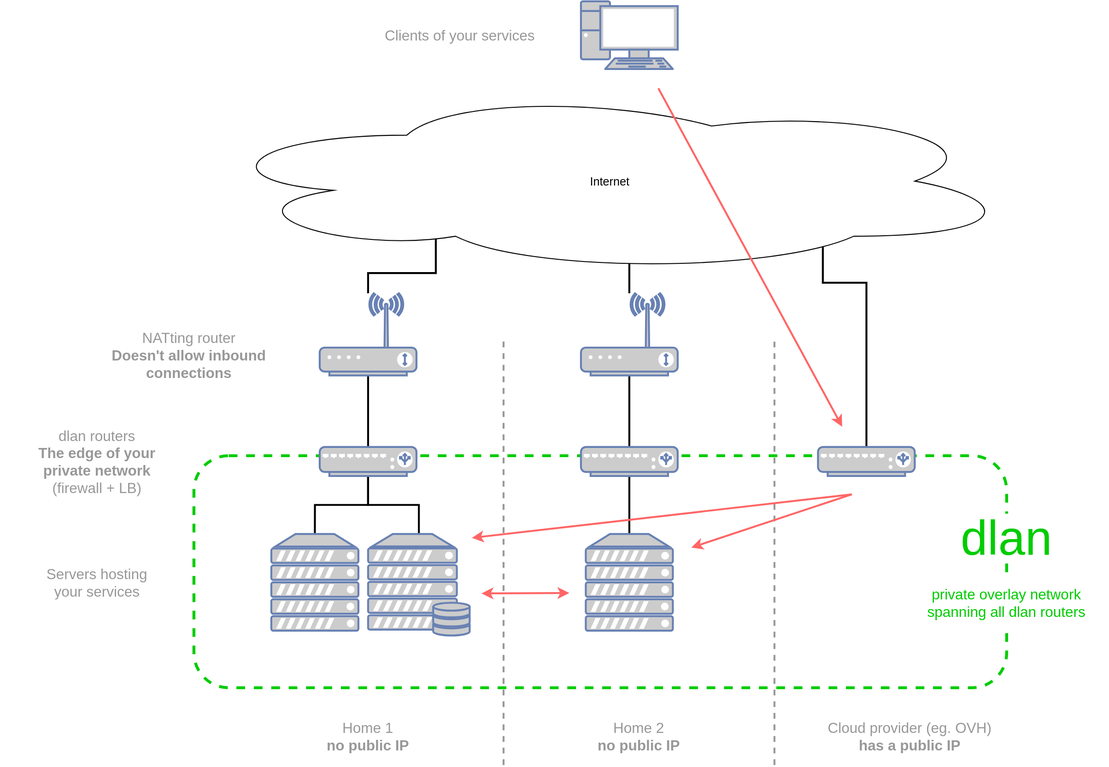
mvitale1989/dlan keeps this draw.io diagram as docs/overview.svg. Above is the earlier version. Source tidied: cells renumbered, new cells last; positions are measured from the earlier drawing's top-left corner, leaving out a move shared by most shapes.
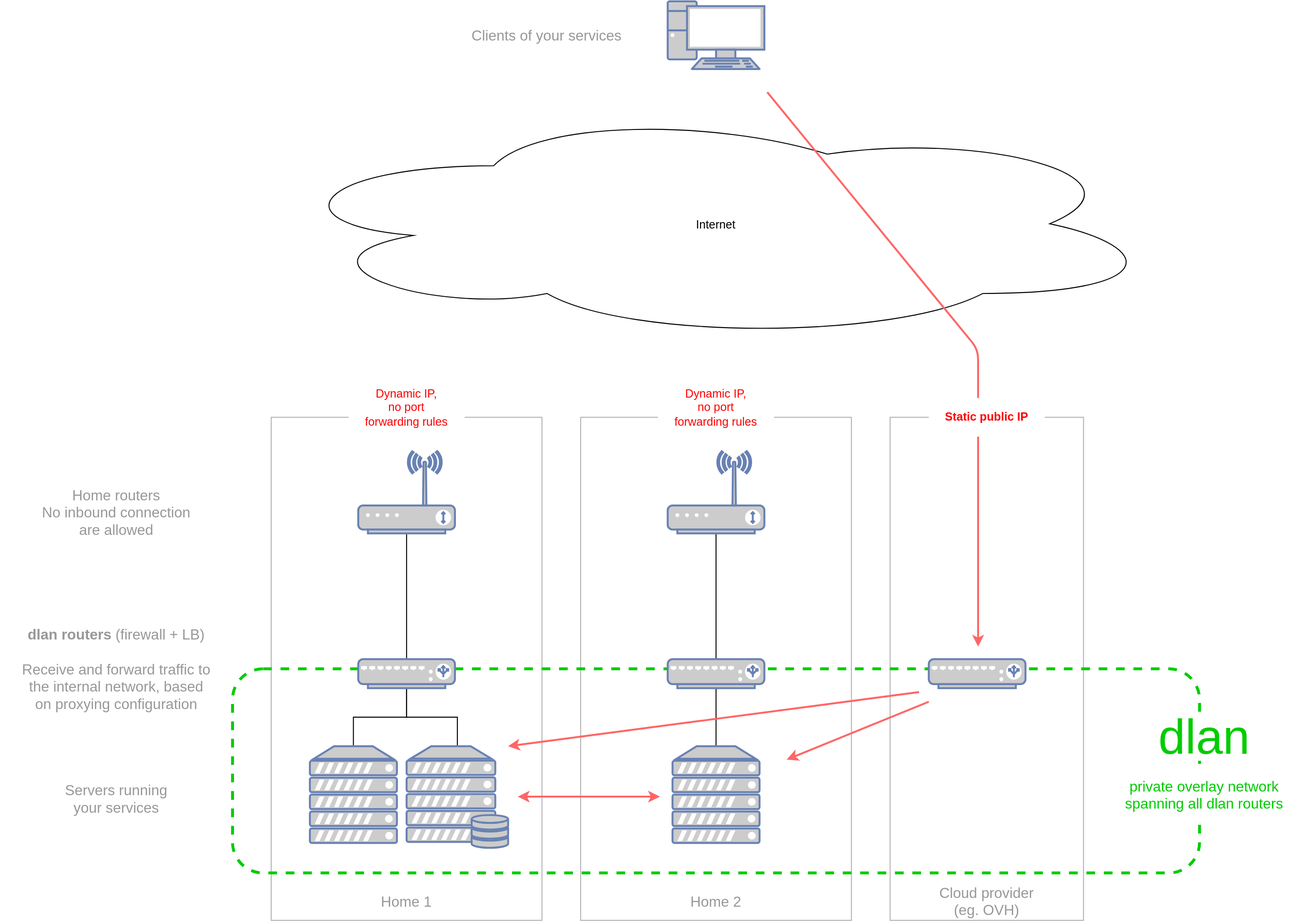
The same file after the commit.

Commit message:
Better overview picture

The edit, as a diff of the source:
```diff
@@ -2,137 +2,119 @@
   <root>
     <mxCell id="0" />
     <mxCell id="1" parent="0" />
+    <mxCell id="36" style="rounded=0;whiteSpace=wrap;html=1;fillColor=none;opacity=30;" parent="1" vertex="1">
+      <mxGeometry x="70" y="221" width="280" height="520" as="geometry" />
+    </mxCell>
+    <mxCell id="37" style="rounded=0;whiteSpace=wrap;html=1;fillColor=none;opacity=30;" parent="1" vertex="1">
+      <mxGeometry x="710" y="221" width="200" height="520" as="geometry" />
+    </mxCell>
+    <mxCell id="38" style="rounded=0;whiteSpace=wrap;html=1;fillColor=none;opacity=30;" parent="1" vertex="1">
+      <mxGeometry x="390" y="221" width="280" height="520" as="geometry" />
+    </mxCell>
-    <mxCell id="2" style="rounded=1;whiteSpace=wrap;html=1;strokeWidth=3;dashed=1;strokeColor=#00CC00;fontColor=#009900;" parent="1" vertex="1">
-      <mxGeometry x="200" y="470" width="840" height="240" as="geometry" />
+    <mxCell id="2" style="rounded=1;whiteSpace=wrap;html=1;strokeWidth=3;dashed=1;strokeColor=#00CC00;fontColor=#009900;fillColor=none;" parent="1" vertex="1">
+      <mxGeometry x="30" y="481" width="1000" height="211" as="geometry" />
     </mxCell>
     <mxCell id="3" style="fontColor=#000000;verticalAlign=top;verticalLabelPosition=bottom;labelPosition=center;align=center;html=1;fillColor=#CCCCCC;strokeColor=#6881B3;gradientColor=none;gradientDirection=north;strokeWidth=2;shape=mxgraph.networks.pc;fontSize=8;" parent="1" vertex="1">
-      <mxGeometry x="600" width="100" height="70" as="geometry" />
+      <mxGeometry x="480" y="-209" width="100" height="70" as="geometry" />
     </mxCell>
-    <mxCell id="4" style="edgeStyle=orthogonalEdgeStyle;rounded=0;jettySize=auto;html=1;exitX=0.5;exitY=0;exitDx=0;exitDy=0;exitPerimeter=0;endArrow=none;endFill=0;strokeColor=#000000;strokeWidth=2;fontSize=15;fontColor=#000000;" parent="1" edge="1" source="5" target="11">
+    <mxCell id="4" style="edgeStyle=orthogonalEdgeStyle;rounded=0;jettySize=auto;html=1;exitX=0.5;exitY=0;exitDx=0;exitDy=0;exitPerimeter=0;endArrow=none;endFill=0;strokeColor=#000000;strokeWidth=1;fontSize=15;fontColor=#000000;" parent="1" edge="1" source="5" target="11">
       <mxGeometry relative="1" as="geometry" />
     </mxCell>
     <mxCell id="5" style="fontColor=#0066CC;verticalAlign=top;verticalLabelPosition=bottom;labelPosition=center;align=center;html=1;outlineConnect=0;fillColor=#CCCCCC;strokeColor=#6881B3;gradientColor=none;gradientDirection=north;strokeWidth=2;shape=mxgraph.networks.server;" parent="1" vertex="1">
-      <mxGeometry x="280" y="551" width="90" height="100" as="geometry" />
+      <mxGeometry x="110" y="561" width="90" height="100" as="geometry" />
     </mxCell>
-    <mxCell id="6" style="edgeStyle=orthogonalEdgeStyle;rounded=0;jettySize=auto;html=1;exitX=0.5;exitY=0;exitDx=0;exitDy=0;exitPerimeter=0;entryX=0.5;entryY=1;entryDx=0;entryDy=0;entryPerimeter=0;endArrow=none;endFill=0;strokeColor=#000000;strokeWidth=2;fontSize=15;fontColor=#000000;" parent="1" edge="1" source="7" target="11">
+    <mxCell id="6" style="edgeStyle=orthogonalEdgeStyle;rounded=0;jettySize=auto;html=1;exitX=0.5;exitY=0;exitDx=0;exitDy=0;exitPerimeter=0;entryX=0.5;entryY=1;entryDx=0;entryDy=0;entryPerimeter=0;endArrow=none;endFill=0;strokeColor=#000000;strokeWidth=1;fontSize=15;fontColor=#000000;" parent="1" edge="1" source="7" target="11">
       <mxGeometry relative="1" as="geometry" />
     </mxCell>
     <mxCell id="7" style="fontColor=#0066CC;verticalAlign=top;verticalLabelPosition=bottom;labelPosition=center;align=center;html=1;outlineConnect=0;fillColor=#CCCCCC;strokeColor=#6881B3;gradientColor=none;gradientDirection=north;strokeWidth=2;shape=mxgraph.networks.server_storage;" parent="1" vertex="1">
-      <mxGeometry x="380" y="551" width="105" height="105" as="geometry" />
+      <mxGeometry x="210" y="561" width="105" height="105" as="geometry" />
     </mxCell>
-    <mxCell id="8" style="edgeStyle=orthogonalEdgeStyle;rounded=0;jettySize=auto;html=1;exitX=0.5;exitY=0;exitDx=0;exitDy=0;exitPerimeter=0;entryX=0.5;entryY=1;entryDx=0;entryDy=0;entryPerimeter=0;endArrow=none;endFill=0;strokeColor=#000000;strokeWidth=2;fontSize=15;fontColor=#000000;" parent="1" edge="1" source="9" target="13">
+    <mxCell id="8" style="edgeStyle=orthogonalEdgeStyle;rounded=0;jettySize=auto;html=1;exitX=0.5;exitY=0;exitDx=0;exitDy=0;exitPerimeter=0;entryX=0.5;entryY=1;entryDx=0;entryDy=0;entryPerimeter=0;endArrow=none;endFill=0;strokeColor=#000000;strokeWidth=1;fontSize=15;fontColor=#000000;" parent="1" edge="1" source="9" target="13">
       <mxGeometry relative="1" as="geometry" />
     </mxCell>
     <mxCell id="9" style="fontColor=#0066CC;verticalAlign=top;verticalLabelPosition=bottom;labelPosition=center;align=center;html=1;outlineConnect=0;fillColor=#CCCCCC;strokeColor=#6881B3;gradientColor=none;gradientDirection=north;strokeWidth=2;shape=mxgraph.networks.server;" parent="1" vertex="1">
-      <mxGeometry x="605" y="551" width="90" height="100" as="geometry" />
+      <mxGeometry x="485" y="561" width="90" height="100" as="geometry" />
     </mxCell>
-    <mxCell id="10" style="edgeStyle=orthogonalEdgeStyle;rounded=0;jettySize=auto;html=1;endArrow=none;endFill=0;strokeColor=#000000;strokeWidth=2;fontSize=15;fontColor=#000000;" parent="1" edge="1" source="11" target="17">
+    <mxCell id="10" style="edgeStyle=orthogonalEdgeStyle;rounded=0;jettySize=auto;html=1;endArrow=none;endFill=0;strokeColor=#000000;strokeWidth=1;fontSize=15;fontColor=#000000;" parent="1" edge="1" source="11" target="17">
       <mxGeometry relative="1" as="geometry" />
     </mxCell>
     <mxCell id="11" style="fontColor=#0066CC;verticalAlign=top;verticalLabelPosition=bottom;labelPosition=center;align=center;html=1;outlineConnect=0;fillColor=#CCCCCC;strokeColor=#6881B3;gradientColor=none;gradientDirection=north;strokeWidth=2;shape=mxgraph.networks.load_balancer;" parent="1" vertex="1">
-      <mxGeometry x="330" y="461" width="100" height="30" as="geometry" />
+      <mxGeometry x="160" y="471" width="100" height="30" as="geometry" />
     </mxCell>
-    <mxCell id="12" style="edgeStyle=orthogonalEdgeStyle;rounded=0;jettySize=auto;html=1;endArrow=none;endFill=0;strokeColor=#000000;strokeWidth=2;fontSize=15;fontColor=#000000;" parent="1" edge="1" source="13" target="19">
+    <mxCell id="12" style="edgeStyle=orthogonalEdgeStyle;rounded=0;jettySize=auto;html=1;endArrow=none;endFill=0;strokeColor=#000000;strokeWidth=1;fontSize=15;fontColor=#000000;" parent="1" edge="1" source="13" target="19">
       <mxGeometry relative="1" as="geometry" />
     </mxCell>
     <mxCell id="13" style="fontColor=#0066CC;verticalAlign=top;verticalLabelPosition=bottom;labelPosition=center;align=center;html=1;outlineConnect=0;fillColor=#CCCCCC;strokeColor=#6881B3;gradientColor=none;gradientDirection=north;strokeWidth=2;shape=mxgraph.networks.load_balancer;" parent="1" vertex="1">
-      <mxGeometry x="600" y="461" width="100" height="30" as="geometry" />
+      <mxGeometry x="480" y="471" width="100" height="30" as="geometry" />
     </mxCell>
-    <mxCell id="14" style="edgeStyle=orthogonalEdgeStyle;rounded=0;jettySize=auto;html=1;endArrow=none;endFill=0;strokeColor=#000000;strokeWidth=2;fontSize=15;fontColor=#000000;" parent="1" edge="1" source="15">
-      <mxGeometry relative="1" as="geometry">
-        <mxPoint x="850" y="230" as="targetPoint" />
-        <Array as="points">
-          <mxPoint x="895" y="291" />
-          <mxPoint x="850" y="291" />
-        </Array>
-      </mxGeometry>
-    </mxCell>
     <mxCell id="15" style="fontColor=#0066CC;verticalAlign=top;verticalLabelPosition=bottom;labelPosition=center;align=center;html=1;outlineConnect=0;fillColor=#CCCCCC;strokeColor=#6881B3;gradientColor=none;gradientDirection=north;strokeWidth=2;shape=mxgraph.networks.load_balancer;" parent="1" vertex="1">
-      <mxGeometry x="845" y="461" width="100" height="30" as="geometry" />
+      <mxGeometry x="750" y="471" width="100" height="30" as="geometry" />
     </mxCell>
-    <mxCell id="16" style="edgeStyle=orthogonalEdgeStyle;rounded=0;jettySize=auto;html=1;endArrow=none;endFill=0;strokeColor=#000000;strokeWidth=2;fontSize=15;fontColor=#000000;" parent="1" edge="1" source="17">
-      <mxGeometry relative="1" as="geometry">
-        <mxPoint x="450" y="230" as="targetPoint" />
-        <Array as="points">
-          <mxPoint x="380" y="281" />
-          <mxPoint x="450" y="281" />
-        </Array>
-      </mxGeometry>
-    </mxCell>
     <mxCell id="17" style="fontColor=#0066CC;verticalAlign=top;verticalLabelPosition=bottom;labelPosition=center;align=center;html=1;outlineConnect=0;fillColor=#CCCCCC;strokeColor=#6881B3;gradientColor=none;gradientDirection=north;strokeWidth=2;shape=mxgraph.networks.wireless_modem;" parent="1" vertex="1">
-      <mxGeometry x="330" y="302" width="100" height="85" as="geometry" />
+      <mxGeometry x="160" y="256" width="100" height="85" as="geometry" />
     </mxCell>
-    <mxCell id="18" style="edgeStyle=orthogonalEdgeStyle;rounded=0;jettySize=auto;html=1;endArrow=none;endFill=0;strokeColor=#000000;strokeWidth=2;fontSize=15;fontColor=#000000;" parent="1" edge="1" source="19">
-      <mxGeometry relative="1" as="geometry">
-        <mxPoint x="650" y="230" as="targetPoint" />
-      </mxGeometry>
-    </mxCell>
     <mxCell id="19" style="fontColor=#0066CC;verticalAlign=top;verticalLabelPosition=bottom;labelPosition=center;align=center;html=1;outlineConnect=0;fillColor=#CCCCCC;strokeColor=#6881B3;gradientColor=none;gradientDirection=north;strokeWidth=2;shape=mxgraph.networks.wireless_modem;" parent="1" vertex="1">
-      <mxGeometry x="600" y="302" width="100" height="85" as="geometry" />
+      <mxGeometry x="480" y="256" width="100" height="85" as="geometry" />
     </mxCell>
-    <mxCell id="20" style="endArrow=none;dashed=1;html=1;strokeWidth=2;opacity=40;" parent="1" edge="1">
-      <mxGeometry relative="1" as="geometry">
-        <mxPoint x="520" y="790" as="sourcePoint" />
-        <mxPoint x="520" y="350" as="targetPoint" />
-      </mxGeometry>
-    </mxCell>
-    <mxCell id="21" style="endArrow=none;dashed=1;html=1;strokeWidth=2;opacity=40;" parent="1" edge="1">
-      <mxGeometry relative="1" as="geometry">
-        <mxPoint x="800" y="790" as="sourcePoint" />
-        <mxPoint x="800" y="350" as="targetPoint" />
-      </mxGeometry>
-    </mxCell>
     <mxCell id="22" value="dlan" style="text;html=1;strokeColor=none;fillColor=#ffffff;align=center;verticalAlign=middle;whiteSpace=wrap;rounded=1;dashed=1;fontSize=50;fontColor=#00CC00;" parent="1" vertex="1">
-      <mxGeometry x="970" y="530" width="140" height="50" as="geometry" />
+      <mxGeometry x="965" y="526" width="140" height="50" as="geometry" />
     </mxCell>
-    <mxCell id="23" value="Home 1&lt;div style=&quot;font-size: 15px&quot;&gt;&lt;b&gt;no public IP&lt;br style=&quot;font-size: 15px&quot;&gt;&lt;/b&gt;&lt;/div&gt;" style="text;html=1;strokeColor=none;fillColor=none;align=center;verticalAlign=middle;whiteSpace=wrap;rounded=0;fontSize=15;fontColor=#000000;opacity=20;textOpacity=40;" parent="1" vertex="1">
-      <mxGeometry x="280" y="730" width="200" height="60" as="geometry" />
+    <mxCell id="23" value="Home 1" style="text;html=1;strokeColor=none;fillColor=none;align=center;verticalAlign=middle;whiteSpace=wrap;rounded=0;fontSize=15;fontColor=#000000;opacity=20;textOpacity=40;" parent="1" vertex="1">
+      <mxGeometry x="150" y="701" width="120" height="40" as="geometry" />
     </mxCell>
-    <mxCell id="24" value="&lt;div style=&quot;font-size: 15px&quot;&gt;Home 2&lt;/div&gt;&lt;div style=&quot;font-size: 15px&quot;&gt;&lt;b&gt;no public IP&lt;br style=&quot;font-size: 15px&quot;&gt;&lt;/b&gt;&lt;/div&gt;" style="text;html=1;strokeColor=none;fillColor=none;align=center;verticalAlign=middle;whiteSpace=wrap;rounded=0;fontSize=15;fontColor=#000000;opacity=20;textOpacity=40;" parent="1" vertex="1">
-      <mxGeometry x="560" y="730" width="200" height="60" as="geometry" />
+    <mxCell id="24" value="Home 2" style="text;html=1;strokeColor=none;fillColor=none;align=center;verticalAlign=middle;whiteSpace=wrap;rounded=0;fontSize=15;fontColor=#000000;opacity=20;textOpacity=40;" parent="1" vertex="1">
+      <mxGeometry x="470" y="701" width="120" height="40" as="geometry" />
     </mxCell>
-    <mxCell id="25" value="Cloud provider (eg. OVH)&lt;div&gt;&lt;b&gt;has a public IP&lt;br&gt;&lt;/b&gt;&lt;/div&gt;" style="text;html=1;strokeColor=none;fillColor=none;align=center;verticalAlign=middle;whiteSpace=wrap;rounded=0;fontSize=15;fontColor=#000000;opacity=20;textOpacity=40;" parent="1" vertex="1">
-      <mxGeometry x="840" y="730" width="200" height="60" as="geometry" />
+    <mxCell id="25" value="&lt;div&gt;Cloud provider &lt;br&gt;&lt;/div&gt;&lt;div&gt;(eg. OVH)&lt;/div&gt;" style="text;html=1;strokeColor=none;fillColor=none;align=center;verticalAlign=middle;whiteSpace=wrap;rounded=0;fontSize=15;fontColor=#000000;opacity=20;textOpacity=40;" parent="1" vertex="1">
+      <mxGeometry x="750" y="701" width="120" height="40" as="geometry" />
     </mxCell>
     <mxCell id="26" value="Internet" style="ellipse;shape=cloud;fillColor=#ffffff;" parent="1" vertex="1">
-      <mxGeometry x="210" y="91" width="840" height="190" as="geometry" />
+      <mxGeometry x="70" y="-99" width="920" height="240" as="geometry" />
     </mxCell>
-    <mxCell id="27" style="endArrow=classic;html=1;strokeColor=#FF6666;strokeWidth=2;fontSize=15;fontColor=#000000;fillColor=#e3c800;endFill=1;" parent="1" edge="1">
+    <mxCell id="27" style="endArrow=classic;html=1;strokeColor=#FF6666;strokeWidth=2;fontSize=15;fontColor=#000000;fillColor=#e3c800;endFill=1;entryX=0.455;entryY=0.456;entryDx=0;entryDy=0;entryPerimeter=0;" parent="1" edge="1" target="37">
       <mxGeometry relative="1" as="geometry">
-        <mxPoint x="680" y="90" as="sourcePoint" />
-        <mxPoint x="870" y="440" as="targetPoint" />
+        <mxPoint x="583" y="-115" as="sourcePoint" />
+        <Array as="points">
+          <mxPoint x="801" y="151" />
+        </Array>
       </mxGeometry>
     </mxCell>
-    <mxCell id="28" style="endArrow=classic;html=1;strokeColor=#FF6666;strokeWidth=2;fontSize=15;fontColor=#000000;fillColor=#e3c800;endFill=1;entryX=0.342;entryY=0.354;entryDx=0;entryDy=0;entryPerimeter=0;" parent="1" edge="1" target="2">
-      <mxGeometry relative="1" as="geometry">
-        <mxPoint x="880" y="510" as="sourcePoint" />
-      </mxGeometry>
-    </mxCell>
-    <mxCell id="29" style="endArrow=classic;html=1;strokeColor=#FF6666;strokeWidth=2;fontSize=15;fontColor=#000000;fillColor=#e3c800;endFill=1;entryX=0.612;entryY=0.396;entryDx=0;entryDy=0;entryPerimeter=0;" parent="1" edge="1" target="2">
-      <mxGeometry relative="1" as="geometry">
-        <mxPoint x="880" y="510" as="sourcePoint" />
-      </mxGeometry>
-    </mxCell>
     <mxCell id="30" value="&lt;div&gt;private overlay network&lt;/div&gt;&lt;div&gt;spanning all dlan routers&lt;br&gt; &lt;/div&gt;" style="text;html=1;align=center;verticalAlign=middle;whiteSpace=wrap;rounded=1;fontSize=15;fillColor=#ffffff;fontColor=#00CC00;" parent="1" vertex="1">
-      <mxGeometry x="935" y="592" width="210" height="59" as="geometry" />
+      <mxGeometry x="930" y="588" width="210" height="46" as="geometry" />
     </mxCell>
     <mxCell id="31" value="&lt;div&gt;Clients of your services&lt;br&gt;&lt;/div&gt;" style="text;html=1;strokeColor=none;fillColor=none;align=center;verticalAlign=middle;whiteSpace=wrap;rounded=0;fontSize=15;fontColor=#000000;textOpacity=40;" parent="1" vertex="1">
-      <mxGeometry x="370" y="7" width="210" height="56" as="geometry" />
+      <mxGeometry x="250" y="-202" width="210" height="56" as="geometry" />
     </mxCell>
-    <mxCell id="32" style="endArrow=classic;html=1;strokeColor=#FF6666;strokeWidth=2;fontSize=15;fontColor=#000000;fillColor=#e3c800;endFill=1;entryX=0.342;entryY=0.354;entryDx=0;entryDy=0;entryPerimeter=0;startArrow=classic;startFill=1;" parent="1" edge="1">
-      <mxGeometry relative="1" as="geometry">
-        <mxPoint x="588" y="612" as="sourcePoint" />
-        <mxPoint x="497.3" y="612.5" as="targetPoint" />
-      </mxGeometry>
+    <mxCell id="32" style="endArrow=classic;html=1;strokeColor=#FF6666;strokeWidth=2;fontSize=15;fontColor=#000000;fillColor=#e3c800;endFill=1;startArrow=classic;startFill=1;exitX=0.442;exitY=0.626;exitDx=0;exitDy=0;exitPerimeter=0;entryX=0.295;entryY=0.626;entryDx=0;entryDy=0;entryPerimeter=0;" parent="1" edge="1" source="2" target="2">
+      <mxGeometry relative="1" as="geometry" />
     </mxCell>
-    <mxCell id="33" value="&lt;div&gt;NATting router&lt;/div&gt;&lt;div&gt;&lt;b&gt;Doesn't allow inbound&lt;br&gt;&lt;/b&gt;&lt;/div&gt;&lt;div&gt;&lt;b&gt;connections&lt;/b&gt;&lt;br&gt;&lt;/div&gt;" style="text;html=1;strokeColor=none;fillColor=none;align=center;verticalAlign=middle;whiteSpace=wrap;rounded=0;fontSize=15;fontColor=#000000;textOpacity=40;" parent="1" vertex="1">
-      <mxGeometry x="90" y="338.5" width="210" height="56" as="geometry" />
+    <mxCell id="33" value="&lt;div&gt;Home routers&lt;/div&gt;&lt;div&gt;No inbound connection&lt;/div&gt;&lt;div&gt;are allowed&lt;br&gt;&lt;/div&gt;" style="text;html=1;strokeColor=none;fillColor=none;align=center;verticalAlign=middle;whiteSpace=wrap;rounded=0;fontSize=15;fontColor=#000000;textOpacity=40;" parent="1" vertex="1">
+      <mxGeometry x="-210" y="291" width="240" height="56" as="geometry" />
     </mxCell>
-    <mxCell id="34" value="&lt;div&gt;dlan routers&lt;/div&gt;&lt;div&gt;&lt;b&gt;The edge of your&lt;/b&gt;&lt;/div&gt;&lt;div&gt;&lt;b&gt;private network&lt;/b&gt;&lt;br&gt;&lt;/div&gt;(firewall + LB)" style="text;html=1;strokeColor=none;fillColor=none;align=center;verticalAlign=middle;whiteSpace=wrap;rounded=0;fontSize=15;fontColor=#000000;textOpacity=40;" parent="1" vertex="1">
-      <mxGeometry y="429.5" width="200" height="93" as="geometry" />
+    <mxCell id="34" value="&lt;div&gt;&lt;b&gt;dlan routers &lt;/b&gt;(firewall + LB)&lt;/div&gt;&lt;div&gt;&lt;br&gt;&lt;/div&gt;&lt;div&gt;Receive and forward traffic to&lt;/div&gt;&lt;div&gt;the internal network, based&lt;/div&gt;&lt;div&gt;on proxying configuration&lt;br&gt;&lt;/div&gt;" style="text;html=1;strokeColor=none;fillColor=none;align=center;verticalAlign=middle;whiteSpace=wrap;rounded=0;fontSize=15;fontColor=#000000;textOpacity=40;" parent="1" vertex="1">
+      <mxGeometry x="-210" y="421" width="240" height="120" as="geometry" />
     </mxCell>
-    <mxCell id="35" value="&lt;div&gt;Servers hosting&lt;/div&gt;&lt;div&gt;your services&lt;br&gt;&lt;/div&gt;" style="text;html=1;strokeColor=none;fillColor=none;align=center;verticalAlign=middle;whiteSpace=wrap;rounded=0;fontSize=15;fontColor=#000000;textOpacity=40;" parent="1" vertex="1">
-      <mxGeometry y="554.5" width="200" height="93" as="geometry" />
+    <mxCell id="35" value="&lt;div&gt;Servers running&lt;/div&gt;&lt;div&gt;your services&lt;br&gt;&lt;/div&gt;" style="text;html=1;strokeColor=none;fillColor=none;align=center;verticalAlign=middle;whiteSpace=wrap;rounded=0;fontSize=15;fontColor=#000000;textOpacity=40;" parent="1" vertex="1">
+      <mxGeometry x="-210" y="568" width="240" height="93" as="geometry" />
     </mxCell>
+    <mxCell id="39" value="&lt;div&gt;Dynamic IP,&lt;/div&gt;&lt;div&gt;no port&lt;/div&gt;&lt;div&gt;forwarding rules&lt;br&gt;&lt;/div&gt;" style="rounded=0;whiteSpace=wrap;html=1;shadow=0;strokeColor=none;strokeWidth=1;fillColor=#ffffff;labelBackgroundColor=none;fontColor=#FF0000;" parent="1" vertex="1">
+      <mxGeometry x="150" y="181" width="120" height="60" as="geometry" />
+    </mxCell>
+    <mxCell id="40" value="&lt;div&gt;Dynamic IP,&lt;/div&gt;&lt;div&gt;no port&lt;/div&gt;&lt;div&gt;forwarding rules&lt;br&gt;&lt;/div&gt;" style="rounded=0;whiteSpace=wrap;html=1;shadow=0;strokeColor=none;strokeWidth=1;fillColor=#ffffff;fontColor=#FF0000;" parent="1" vertex="1">
+      <mxGeometry x="470" y="181" width="120" height="60" as="geometry" />
+    </mxCell>
+    <mxCell id="41" value="Static public IP" style="rounded=0;whiteSpace=wrap;html=1;shadow=0;strokeColor=none;strokeWidth=1;fillColor=#ffffff;fontColor=#FF0000;fontStyle=1;" parent="1" vertex="1">
+      <mxGeometry x="750" y="201" width="120" height="40" as="geometry" />
+    </mxCell>
+    <mxCell id="42" style="endArrow=classic;html=1;strokeColor=#FF6666;strokeWidth=2;fontSize=15;fontColor=#000000;fillColor=#e3c800;endFill=1;startArrow=none;startFill=0;exitX=0.71;exitY=0.114;exitDx=0;exitDy=0;exitPerimeter=0;entryX=0.295;entryY=0.626;entryDx=0;entryDy=0;entryPerimeter=0;" parent="1" edge="1" source="2">
+      <mxGeometry relative="1" as="geometry">
+        <mxPoint x="315" y="561" as="targetPoint" />
+      </mxGeometry>
+    </mxCell>
+    <mxCell id="43" style="endArrow=classic;html=1;strokeColor=#FF6666;strokeWidth=2;fontSize=15;fontColor=#000000;fillColor=#e3c800;endFill=1;startArrow=none;startFill=0;exitX=0.71;exitY=0.114;exitDx=0;exitDy=0;exitPerimeter=0;entryX=0.573;entryY=0.445;entryDx=0;entryDy=0;entryPerimeter=0;" parent="1" edge="1" target="2">
+      <mxGeometry relative="1" as="geometry">
+        <mxPoint x="750" y="515.1" as="sourcePoint" />
+      </mxGeometry>
+    </mxCell>
   </root>
 </mxGraphModel>
```
